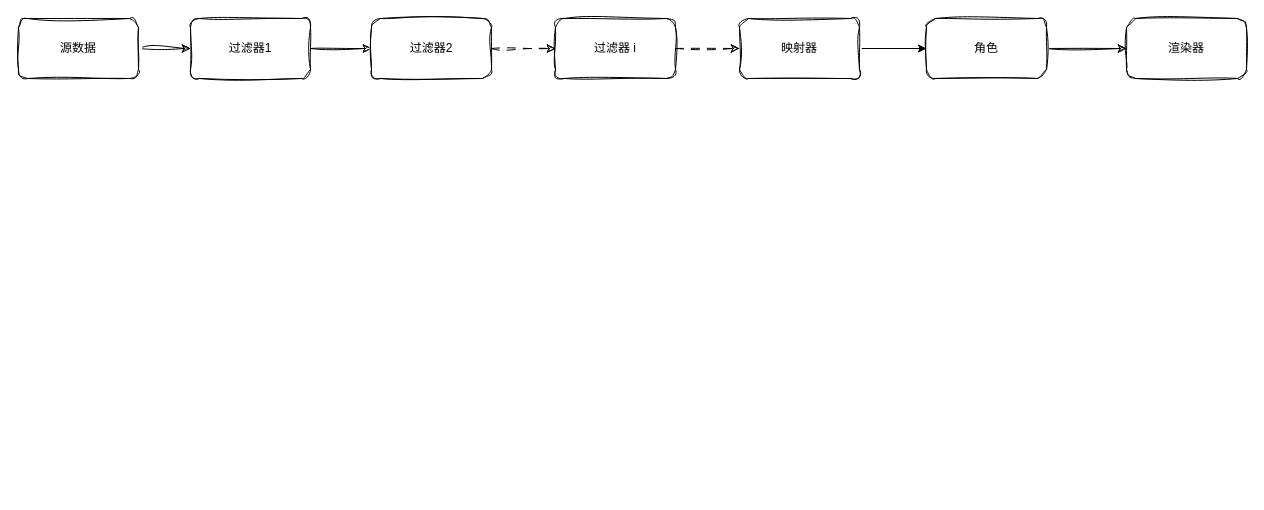
jinxianwei/drawio keeps this draw.io diagram as drawio_folder/vtk流程.drawio. Above is the earlier version. Source tidied: cells renumbered, new cells numbered last; positions are measured from the earlier drawing's top-left corner, leaving out a move shared by most shapes. Both pictures are drawn from the tidied source at 100%, with x=0, y=0 at pixel (18, 18).
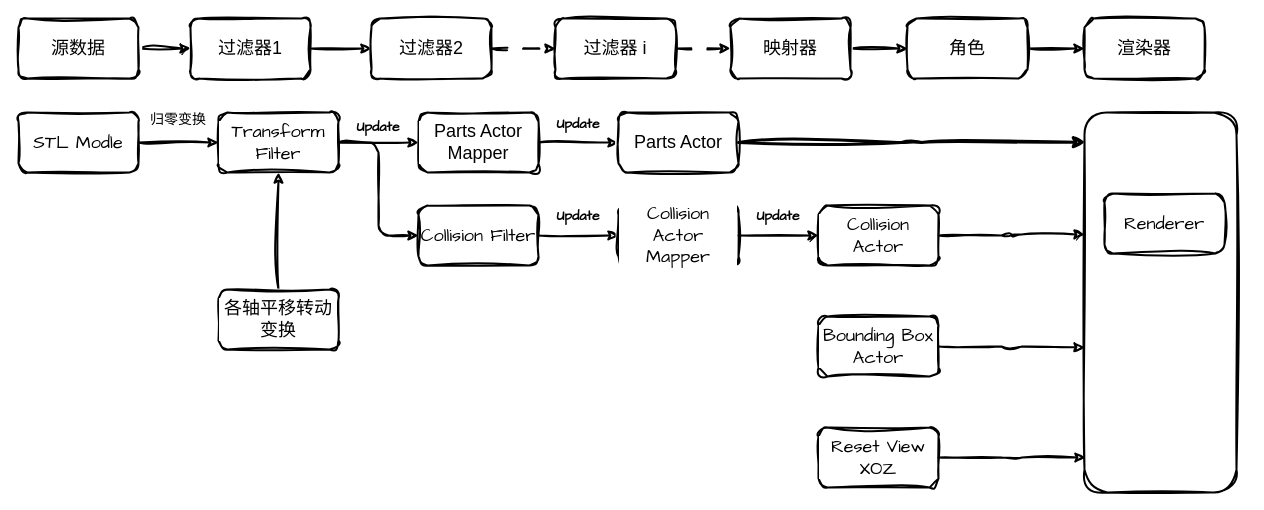
The same page after the edit.

The edit, as a diff of the source:
```diff
@@
-    <mxCell id="2" style="edgeStyle=orthogonalEdgeStyle;rounded=0;jettySize=auto;html=1;exitX=1;exitY=0.5;exitDx=0;exitDy=0;sketch=1;curveFitting=1;jiggle=2;" parent="1" edge="1" source="3" target="5">
+    <mxCell id="2" style="edgeStyle=orthogonalEdgeStyle;rounded=1;jettySize=auto;html=1;exitX=1;exitY=0.5;exitDx=0;exitDy=0;sketch=1;curveFitting=1;jiggle=2;strokeWidth=2;strokeColor=default;align=center;verticalAlign=middle;fontFamily=Helvetica;fontSize=12;fontColor=default;fillColor=default;" parent="1" edge="1" source="3" target="5">
       <mxGeometry relative="1" as="geometry" />
     </mxCell>
-    <mxCell id="3" value="源数据" style="rounded=1;whiteSpace=wrap;html=1;sketch=1;curveFitting=1;jiggle=2;" parent="1" vertex="1">
+    <mxCell id="3" value="&lt;font style=&quot;font-size: 18px;&quot;&gt;源数据&lt;/font&gt;" style="rounded=1;whiteSpace=wrap;html=1;sketch=1;curveFitting=1;jiggle=2;strokeWidth=2;strokeColor=default;align=center;verticalAlign=middle;fontFamily=Helvetica;fontSize=12;fontColor=default;fillColor=default;" parent="1" vertex="1">
       <mxGeometry width="120" height="60" as="geometry" />
     </mxCell>
-    <mxCell id="4" style="edgeStyle=orthogonalEdgeStyle;rounded=0;jettySize=auto;html=1;exitX=1;exitY=0.5;exitDx=0;exitDy=0;sketch=1;curveFitting=1;jiggle=2;" parent="1" edge="1" source="5" target="7">
+    <mxCell id="4" style="edgeStyle=orthogonalEdgeStyle;rounded=1;jettySize=auto;html=1;exitX=1;exitY=0.5;exitDx=0;exitDy=0;sketch=1;curveFitting=1;jiggle=2;strokeColor=default;strokeWidth=2;align=center;verticalAlign=middle;fontFamily=Helvetica;fontSize=12;fontColor=default;fillColor=default;" parent="1" edge="1" source="5" target="7">
       <mxGeometry relative="1" as="geometry" />
     </mxCell>
-    <mxCell id="5" value="过滤器1" style="rounded=1;whiteSpace=wrap;html=1;sketch=1;curveFitting=1;jiggle=2;" parent="1" vertex="1">
+    <mxCell id="5" value="&lt;font style=&quot;font-size: 18px;&quot;&gt;过滤器1&lt;/font&gt;" style="rounded=1;whiteSpace=wrap;html=1;sketch=1;curveFitting=1;jiggle=2;strokeColor=default;strokeWidth=2;align=center;verticalAlign=middle;fontFamily=Helvetica;fontSize=12;fontColor=default;fillColor=default;" parent="1" vertex="1">
       <mxGeometry x="172" width="120" height="60" as="geometry" />
     </mxCell>
-    <mxCell id="6" style="edgeStyle=orthogonalEdgeStyle;rounded=0;jettySize=auto;html=1;exitX=1;exitY=0.5;exitDx=0;exitDy=0;dashed=1;dashPattern=8 8;sketch=1;curveFitting=1;jiggle=2;" parent="1" edge="1" source="7" target="9">
+    <mxCell id="6" style="edgeStyle=orthogonalEdgeStyle;rounded=1;jettySize=auto;html=1;exitX=1;exitY=0.5;exitDx=0;exitDy=0;dashed=1;dashPattern=8 8;sketch=1;curveFitting=1;jiggle=2;strokeColor=default;strokeWidth=2;align=center;verticalAlign=middle;fontFamily=Helvetica;fontSize=12;fontColor=default;fillColor=default;" parent="1" edge="1" source="7" target="9">
       <mxGeometry relative="1" as="geometry" />
     </mxCell>
-    <mxCell id="7" value="过滤器2" style="rounded=1;whiteSpace=wrap;html=1;sketch=1;curveFitting=1;jiggle=2;" parent="1" vertex="1">
+    <mxCell id="7" value="&lt;font style=&quot;font-size: 18px;&quot;&gt;过滤器2&lt;/font&gt;" style="rounded=1;whiteSpace=wrap;html=1;sketch=1;curveFitting=1;jiggle=2;strokeColor=default;strokeWidth=2;align=center;verticalAlign=middle;fontFamily=Helvetica;fontSize=12;fontColor=default;fillColor=default;" parent="1" vertex="1">
       <mxGeometry x="353" width="120" height="60" as="geometry" />
     </mxCell>
-    <mxCell id="8" style="edgeStyle=orthogonalEdgeStyle;rounded=0;jettySize=auto;html=1;exitX=1;exitY=0.5;exitDx=0;exitDy=0;fontFamily=Helvetica;fontSize=12;fontColor=default;dashed=1;dashPattern=8 8;sketch=1;curveFitting=1;jiggle=2;" parent="1" edge="1" source="9" target="11">
+    <mxCell id="8" style="edgeStyle=orthogonalEdgeStyle;rounded=1;jettySize=auto;html=1;exitX=1;exitY=0.5;exitDx=0;exitDy=0;fontFamily=Helvetica;fontSize=12;fontColor=default;dashed=1;dashPattern=8 8;sketch=1;curveFitting=1;jiggle=2;strokeColor=default;strokeWidth=2;align=center;verticalAlign=middle;fillColor=default;" parent="1" edge="1" source="9" target="11">
       <mxGeometry relative="1" as="geometry" />
     </mxCell>
-    <mxCell id="9" value="过滤器 i" style="rounded=1;whiteSpace=wrap;html=1;sketch=1;curveFitting=1;jiggle=2;" parent="1" vertex="1">
+    <mxCell id="9" value="&lt;font style=&quot;font-size: 18px;&quot;&gt;过滤器 i&lt;/font&gt;" style="rounded=1;whiteSpace=wrap;html=1;sketch=1;curveFitting=1;jiggle=2;strokeColor=default;strokeWidth=2;align=center;verticalAlign=middle;fontFamily=Helvetica;fontSize=12;fontColor=default;fillColor=default;" parent="1" vertex="1">
       <mxGeometry x="537" width="120" height="60" as="geometry" />
     </mxCell>
-    <mxCell id="10" style="edgeStyle=orthogonalEdgeStyle;rounded=0;jettySize=auto;html=1;exitX=1;exitY=0.5;exitDx=0;exitDy=0;fontFamily=Helvetica;fontSize=12;fontColor=default;" parent="1" edge="1" source="11" target="13">
+    <mxCell id="10" style="edgeStyle=orthogonalEdgeStyle;rounded=1;jettySize=auto;html=1;exitX=1;exitY=0.5;exitDx=0;exitDy=0;fontFamily=Helvetica;fontSize=12;fontColor=default;sketch=1;jiggle=2;curveFitting=1;strokeColor=default;strokeWidth=2;align=center;verticalAlign=middle;fillColor=default;" parent="1" edge="1" source="11" target="13">
       <mxGeometry relative="1" as="geometry" />
     </mxCell>
-    <mxCell id="11" value="映射器" style="rounded=1;whiteSpace=wrap;html=1;sketch=1;jiggle=2;curveFitting=1;strokeColor=default;align=center;verticalAlign=middle;fontFamily=Helvetica;fontSize=12;fontColor=default;fillColor=default;" parent="1" vertex="1">
-      <mxGeometry x="721" width="120" height="60" as="geometry" />
+    <mxCell id="11" value="&lt;font style=&quot;font-size: 18px;&quot;&gt;映射器&lt;/font&gt;" style="rounded=1;whiteSpace=wrap;html=1;sketch=1;jiggle=2;curveFitting=1;strokeColor=default;align=center;verticalAlign=middle;fontFamily=Helvetica;fontSize=12;fontColor=default;fillColor=default;strokeWidth=2;" parent="1" vertex="1">
+      <mxGeometry x="712" width="120" height="60" as="geometry" />
     </mxCell>
-    <mxCell id="12" style="edgeStyle=orthogonalEdgeStyle;rounded=0;jettySize=auto;html=1;fontFamily=Helvetica;fontSize=12;fontColor=default;sketch=1;curveFitting=1;jiggle=2;" parent="1" edge="1" source="13" target="14">
+    <mxCell id="12" style="edgeStyle=orthogonalEdgeStyle;rounded=1;jettySize=auto;html=1;fontFamily=Helvetica;fontSize=12;fontColor=default;sketch=1;curveFitting=1;jiggle=2;strokeColor=default;strokeWidth=2;align=center;verticalAlign=middle;fillColor=default;" parent="1" edge="1" source="13" target="14">
       <mxGeometry relative="1" as="geometry" />
     </mxCell>
-    <mxCell id="13" value="角色" style="rounded=1;whiteSpace=wrap;html=1;sketch=1;jiggle=2;curveFitting=1;strokeColor=default;align=center;verticalAlign=middle;fontFamily=Helvetica;fontSize=12;fontColor=default;fillColor=default;" parent="1" vertex="1">
-      <mxGeometry x="908" width="120" height="60" as="geometry" />
+    <mxCell id="13" value="&lt;font style=&quot;font-size: 18px;&quot;&gt;角色&lt;/font&gt;" style="rounded=1;whiteSpace=wrap;html=1;sketch=1;jiggle=2;curveFitting=1;strokeColor=default;align=center;verticalAlign=middle;fontFamily=Helvetica;fontSize=12;fontColor=default;fillColor=default;strokeWidth=2;" parent="1" vertex="1">
+      <mxGeometry x="889" width="120" height="60" as="geometry" />
     </mxCell>
-    <mxCell id="14" value="渲染器" style="rounded=1;whiteSpace=wrap;html=1;sketch=1;jiggle=2;curveFitting=1;strokeColor=default;align=center;verticalAlign=middle;fontFamily=Helvetica;fontSize=12;fontColor=default;fillColor=default;" parent="1" vertex="1">
-      <mxGeometry x="1108" width="120" height="60" as="geometry" />
+    <mxCell id="14" value="&lt;font style=&quot;font-size: 18px;&quot;&gt;渲染器&lt;/font&gt;" style="rounded=1;whiteSpace=wrap;html=1;sketch=1;jiggle=2;curveFitting=1;strokeColor=default;align=center;verticalAlign=middle;fontFamily=Helvetica;fontSize=12;fontColor=default;fillColor=default;strokeWidth=2;" parent="1" vertex="1">
+      <mxGeometry x="1066" width="120" height="60" as="geometry" />
     </mxCell>
+    <mxCell id="15" style="edgeStyle=orthogonalEdgeStyle;shape=connector;rounded=1;sketch=1;jiggle=2;curveFitting=1;jettySize=auto;html=1;strokeColor=default;align=center;verticalAlign=middle;fontFamily=Helvetica;fontSize=12;fontColor=default;labelBackgroundColor=default;endArrow=classic;strokeWidth=2;fillColor=default;" parent="1" edge="1" source="16" target="19">
+      <mxGeometry relative="1" as="geometry" />
+    </mxCell>
+    <mxCell id="16" value="&lt;font face=&quot;Comic Sans MS&quot; style=&quot;font-size: 18px;&quot;&gt;STL Modle&lt;/font&gt;" style="rounded=1;whiteSpace=wrap;html=1;sketch=1;jiggle=2;curveFitting=1;strokeColor=default;align=center;verticalAlign=middle;fontFamily=Helvetica;fontSize=12;fontColor=default;labelBackgroundColor=default;fillColor=default;strokeWidth=2;" parent="1" vertex="1">
+      <mxGeometry y="94" width="120" height="60" as="geometry" />
+    </mxCell>
+    <mxCell id="17" style="edgeStyle=orthogonalEdgeStyle;shape=connector;rounded=1;sketch=1;jiggle=2;curveFitting=1;jettySize=auto;html=1;strokeColor=default;align=center;verticalAlign=middle;fontFamily=Helvetica;fontSize=12;fontColor=default;labelBackgroundColor=default;endArrow=classic;strokeWidth=2;fillColor=default;" parent="1" edge="1" source="19" target="21">
+      <mxGeometry relative="1" as="geometry" />
+    </mxCell>
+    <mxCell id="18" style="edgeStyle=orthogonalEdgeStyle;shape=connector;rounded=1;sketch=1;jiggle=2;curveFitting=1;jettySize=auto;html=1;exitX=1;exitY=0.5;exitDx=0;exitDy=0;entryX=0;entryY=0.5;entryDx=0;entryDy=0;strokeColor=default;align=center;verticalAlign=middle;fontFamily=Helvetica;fontSize=12;fontColor=default;labelBackgroundColor=default;endArrow=classic;strokeWidth=2;fillColor=default;" parent="1" edge="1" source="19" target="26">
+      <mxGeometry relative="1" as="geometry" />
+    </mxCell>
+    <mxCell id="19" value="&lt;font face=&quot;Comic Sans MS&quot; style=&quot;font-size: 18px;&quot;&gt;Transform Filter&lt;/font&gt;" style="whiteSpace=wrap;html=1;rounded=1;sketch=1;jiggle=2;curveFitting=1;labelBackgroundColor=default;strokeColor=default;strokeWidth=2;align=center;verticalAlign=middle;fontFamily=Helvetica;fontSize=12;fontColor=default;fillColor=default;" parent="1" vertex="1">
+      <mxGeometry x="200" y="94" width="120" height="60" as="geometry" />
+    </mxCell>
+    <mxCell id="20" style="edgeStyle=orthogonalEdgeStyle;shape=connector;rounded=1;sketch=1;jiggle=2;curveFitting=1;jettySize=auto;html=1;strokeColor=default;align=center;verticalAlign=middle;fontFamily=Helvetica;fontSize=12;fontColor=default;labelBackgroundColor=default;endArrow=classic;strokeWidth=2;fillColor=default;" parent="1" edge="1" source="21" target="22">
+      <mxGeometry relative="1" as="geometry" />
+    </mxCell>
+    <mxCell id="21" value="&lt;font style=&quot;font-size: 18px;&quot;&gt;Parts Actor Mapper&lt;/font&gt;" style="whiteSpace=wrap;html=1;rounded=1;sketch=1;jiggle=2;curveFitting=1;labelBackgroundColor=default;strokeColor=default;strokeWidth=2;align=center;verticalAlign=middle;fontFamily=Helvetica;fontSize=12;fontColor=default;fillColor=default;" parent="1" vertex="1">
+      <mxGeometry x="400" y="94" width="120" height="60" as="geometry" />
+    </mxCell>
+    <mxCell id="22" value="&lt;font style=&quot;font-size: 18px;&quot;&gt;Parts Actor&lt;/font&gt;" style="whiteSpace=wrap;html=1;rounded=1;sketch=1;jiggle=2;curveFitting=1;labelBackgroundColor=default;strokeColor=default;strokeWidth=2;align=center;verticalAlign=middle;fontFamily=Helvetica;fontSize=12;fontColor=default;fillColor=default;" parent="1" vertex="1">
+      <mxGeometry x="600" y="94" width="120" height="60" as="geometry" />
+    </mxCell>
+    <mxCell id="23" style="edgeStyle=orthogonalEdgeStyle;shape=connector;rounded=1;sketch=1;jiggle=2;curveFitting=1;jettySize=auto;html=1;exitX=0.5;exitY=0;exitDx=0;exitDy=0;entryX=0.5;entryY=1;entryDx=0;entryDy=0;strokeColor=default;align=center;verticalAlign=middle;fontFamily=Helvetica;fontSize=12;fontColor=default;labelBackgroundColor=default;endArrow=classic;strokeWidth=2;fillColor=default;" parent="1" edge="1" source="24" target="19">
+      <mxGeometry relative="1" as="geometry" />
+    </mxCell>
+    <mxCell id="24" value="&lt;font style=&quot;font-size: 18px;&quot;&gt;各轴平移转动变换&lt;/font&gt;" style="whiteSpace=wrap;html=1;rounded=1;sketch=1;jiggle=2;curveFitting=1;labelBackgroundColor=default;strokeColor=default;strokeWidth=2;align=center;verticalAlign=middle;fontFamily=Helvetica;fontSize=12;fontColor=default;fillColor=default;" parent="1" vertex="1">
+      <mxGeometry x="200" y="271" width="120" height="60" as="geometry" />
+    </mxCell>
+    <mxCell id="25" style="edgeStyle=orthogonalEdgeStyle;shape=connector;rounded=1;sketch=1;jiggle=2;curveFitting=1;jettySize=auto;html=1;exitX=1;exitY=0.5;exitDx=0;exitDy=0;strokeColor=default;align=center;verticalAlign=middle;fontFamily=Helvetica;fontSize=12;fontColor=default;labelBackgroundColor=default;endArrow=classic;strokeWidth=2;fillColor=default;" parent="1" edge="1" source="26" target="28">
+      <mxGeometry relative="1" as="geometry" />
+    </mxCell>
+    <mxCell id="26" value="&lt;font face=&quot;Comic Sans MS&quot; style=&quot;font-size: 18px;&quot;&gt;Collision Filter&lt;/font&gt;" style="whiteSpace=wrap;html=1;rounded=1;sketch=1;jiggle=2;curveFitting=1;labelBackgroundColor=default;strokeColor=default;strokeWidth=2;align=center;verticalAlign=middle;fontFamily=Helvetica;fontSize=12;fontColor=default;fillColor=default;" parent="1" vertex="1">
+      <mxGeometry x="400" y="187" width="120" height="60" as="geometry" />
+    </mxCell>
+    <mxCell id="27" style="edgeStyle=orthogonalEdgeStyle;shape=connector;rounded=1;sketch=1;jiggle=2;curveFitting=1;jettySize=auto;html=1;exitX=1;exitY=0.5;exitDx=0;exitDy=0;entryX=0;entryY=0.5;entryDx=0;entryDy=0;strokeColor=default;align=center;verticalAlign=middle;fontFamily=Helvetica;fontSize=12;fontColor=default;labelBackgroundColor=default;endArrow=classic;strokeWidth=2;fillColor=default;" parent="1" edge="1" source="28" target="29">
+      <mxGeometry relative="1" as="geometry" />
+    </mxCell>
+    <mxCell id="28" value="&lt;font face=&quot;Comic Sans MS&quot; style=&quot;font-size: 18px;&quot;&gt;Collision Actor Mapper&lt;/font&gt;" style="whiteSpace=wrap;html=1;rounded=1;sketch=1;jiggle=2;curveFitting=1;labelBackgroundColor=default;strokeColor=default;strokeWidth=2;align=center;verticalAlign=middle;fontFamily=Helvetica;fontSize=12;fontColor=default;fillColor=default;" parent="1" vertex="1">
+      <mxGeometry x="600" y="187" width="120" height="60" as="geometry" />
+    </mxCell>
+    <mxCell id="29" value="&lt;font face=&quot;Comic Sans MS&quot; style=&quot;font-size: 18px;&quot;&gt;Collision Actor&lt;/font&gt;" style="whiteSpace=wrap;html=1;rounded=1;sketch=1;jiggle=2;curveFitting=1;labelBackgroundColor=default;strokeColor=default;strokeWidth=2;align=center;verticalAlign=middle;fontFamily=Helvetica;fontSize=12;fontColor=default;fillColor=default;" parent="1" vertex="1">
+      <mxGeometry x="800" y="187" width="120" height="60" as="geometry" />
+    </mxCell>
+    <mxCell id="30" value="&lt;font face=&quot;Comic Sans MS&quot; style=&quot;font-size: 18px;&quot;&gt;Bounding Box Actor&lt;/font&gt;" style="whiteSpace=wrap;html=1;rounded=1;sketch=1;jiggle=2;curveFitting=1;labelBackgroundColor=default;strokeColor=default;strokeWidth=2;align=center;verticalAlign=middle;fontFamily=Helvetica;fontSize=12;fontColor=default;fillColor=default;" parent="1" vertex="1">
+      <mxGeometry x="800" y="298" width="120" height="60" as="geometry" />
+    </mxCell>
+    <mxCell id="31" value="&lt;font face=&quot;Comic Sans MS&quot; style=&quot;font-size: 18px;&quot;&gt;Reset View XOZ&lt;/font&gt;" style="whiteSpace=wrap;html=1;rounded=1;sketch=1;jiggle=2;curveFitting=1;labelBackgroundColor=default;strokeColor=default;strokeWidth=2;align=center;verticalAlign=middle;fontFamily=Helvetica;fontSize=12;fontColor=default;fillColor=default;" parent="1" vertex="1">
+      <mxGeometry x="800" y="409" width="120" height="60" as="geometry" />
+    </mxCell>
+    <mxCell id="32" style="whiteSpace=wrap;html=1;rounded=1;sketch=1;jiggle=2;curveFitting=1;labelBackgroundColor=default;strokeColor=default;strokeWidth=2;align=center;verticalAlign=middle;fontFamily=Helvetica;fontSize=12;fontColor=default;fillColor=default;" parent="1" vertex="1">
+      <mxGeometry x="1066" y="94" width="152" height="380" as="geometry" />
+    </mxCell>
+    <mxCell id="33" value="&lt;font face=&quot;Comic Sans MS&quot; style=&quot;font-size: 18px;&quot;&gt;Renderer&lt;/font&gt;" style="whiteSpace=wrap;html=1;rounded=1;sketch=1;jiggle=2;curveFitting=1;labelBackgroundColor=default;strokeColor=default;strokeWidth=2;align=center;verticalAlign=middle;fontFamily=Helvetica;fontSize=12;fontColor=default;fillColor=default;" parent="1" vertex="1">
+      <mxGeometry x="1086" y="175" width="120" height="60" as="geometry" />
+    </mxCell>
+    <mxCell id="34" style="edgeStyle=orthogonalEdgeStyle;shape=connector;rounded=1;sketch=1;jiggle=2;curveFitting=1;jettySize=auto;html=1;exitX=1;exitY=0.5;exitDx=0;exitDy=0;entryX=0.007;entryY=0.078;entryDx=0;entryDy=0;entryPerimeter=0;strokeColor=default;align=center;verticalAlign=middle;fontFamily=Helvetica;fontSize=12;fontColor=default;labelBackgroundColor=default;endArrow=classic;strokeWidth=3;fillColor=default;" parent="1" edge="1" source="22" target="32">
+      <mxGeometry relative="1" as="geometry" />
+    </mxCell>
+    <mxCell id="35" style="edgeStyle=orthogonalEdgeStyle;shape=connector;rounded=1;sketch=1;jiggle=2;curveFitting=1;jettySize=auto;html=1;exitX=1;exitY=0.5;exitDx=0;exitDy=0;strokeColor=default;align=center;verticalAlign=middle;fontFamily=Helvetica;fontSize=12;fontColor=default;labelBackgroundColor=default;endArrow=classic;strokeWidth=2;fillColor=default;entryX=0;entryY=0.321;entryDx=0;entryDy=0;entryPerimeter=0;" parent="1" edge="1" source="29" target="32">
+      <mxGeometry relative="1" as="geometry" />
+    </mxCell>
+    <mxCell id="36" value="&lt;font style=&quot;font-size: 14px;&quot;&gt;归零变换&lt;/font&gt;" style="text;html=1;whiteSpace=wrap;strokeColor=none;fillColor=none;align=center;verticalAlign=middle;rounded=0;fontFamily=Helvetica;fontSize=12;fontColor=default;labelBackgroundColor=default;" parent="1" vertex="1">
+      <mxGeometry x="130" y="86" width="60" height="30" as="geometry" />
+    </mxCell>
+    <mxCell id="37" value="&lt;font style=&quot;font-size: 14px;&quot; face=&quot;Comic Sans MS&quot;&gt;&lt;b&gt;Update&lt;/b&gt;&lt;/font&gt;" style="text;html=1;whiteSpace=wrap;strokeColor=none;fillColor=none;align=center;verticalAlign=middle;rounded=0;fontFamily=Helvetica;fontSize=12;fontColor=default;labelBackgroundColor=default;" parent="1" vertex="1">
+      <mxGeometry x="330" y="94" width="60" height="30" as="geometry" />
+    </mxCell>
+    <mxCell id="38" value="&lt;font style=&quot;font-size: 14px;&quot; face=&quot;Comic Sans MS&quot;&gt;&lt;b&gt;Update&lt;/b&gt;&lt;/font&gt;" style="text;html=1;whiteSpace=wrap;strokeColor=none;fillColor=none;align=center;verticalAlign=middle;rounded=0;fontFamily=Helvetica;fontSize=12;fontColor=default;labelBackgroundColor=default;" parent="1" vertex="1">
+      <mxGeometry x="530" y="91" width="60" height="30" as="geometry" />
+    </mxCell>
+    <mxCell id="39" value="&lt;font style=&quot;font-size: 14px;&quot; face=&quot;Comic Sans MS&quot;&gt;&lt;b&gt;Update&lt;/b&gt;&lt;/font&gt;" style="text;html=1;whiteSpace=wrap;strokeColor=none;fillColor=none;align=center;verticalAlign=middle;rounded=0;fontFamily=Helvetica;fontSize=12;fontColor=default;labelBackgroundColor=default;" parent="1" vertex="1">
+      <mxGeometry x="530" y="183" width="60" height="30" as="geometry" />
+    </mxCell>
+    <mxCell id="40" value="&lt;font style=&quot;font-size: 14px;&quot; face=&quot;Comic Sans MS&quot;&gt;&lt;b&gt;Update&lt;/b&gt;&lt;/font&gt;" style="text;html=1;whiteSpace=wrap;strokeColor=none;fillColor=none;align=center;verticalAlign=middle;rounded=0;fontFamily=Helvetica;fontSize=12;fontColor=default;labelBackgroundColor=default;" parent="1" vertex="1">
+      <mxGeometry x="730" y="183" width="60" height="30" as="geometry" />
+    </mxCell>
+    <mxCell id="41" style="edgeStyle=orthogonalEdgeStyle;shape=connector;rounded=1;sketch=1;jiggle=2;curveFitting=1;jettySize=auto;html=1;exitX=1;exitY=0.5;exitDx=0;exitDy=0;entryX=0;entryY=0.618;entryDx=0;entryDy=0;entryPerimeter=0;strokeColor=default;align=center;verticalAlign=middle;fontFamily=Helvetica;fontSize=12;fontColor=default;labelBackgroundColor=default;endArrow=classic;strokeWidth=2;fillColor=default;" parent="1" edge="1" source="30" target="32">
+      <mxGeometry relative="1" as="geometry" />
+    </mxCell>
+    <mxCell id="42" style="edgeStyle=orthogonalEdgeStyle;shape=connector;rounded=1;sketch=1;jiggle=2;curveFitting=1;jettySize=auto;html=1;exitX=1;exitY=0.5;exitDx=0;exitDy=0;strokeColor=default;align=center;verticalAlign=middle;fontFamily=Helvetica;fontSize=12;fontColor=default;labelBackgroundColor=default;endArrow=classic;strokeWidth=2;fillColor=default;" parent="1" edge="1" source="31">
+      <mxGeometry relative="1" as="geometry">
+        <mxPoint x="1067" y="439" as="targetPoint" />
+      </mxGeometry>
+    </mxCell>
```
